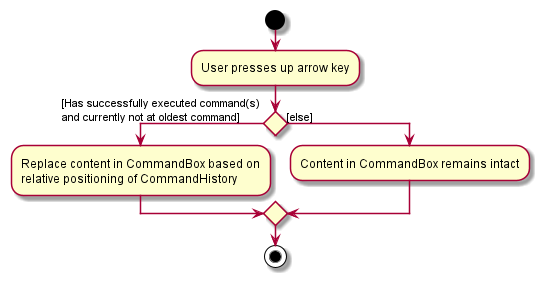
Before: docs/images/CommandHistoryActivityDiagram.png, a diagram exported from PlantUML (nus-cs2103-AY2122S1/tp). The source it was exported from:
```plantuml
@startuml
start
:User presses up arrow key;


if () then ([Has successfully executed command(s) \nand currently not at oldest command])
        :Replace content in CommandBox based on\nrelative positioning of CommandHistory;
else ([else])
    :Content in CommandBox remains intact;

endif
stop
@enduml
```
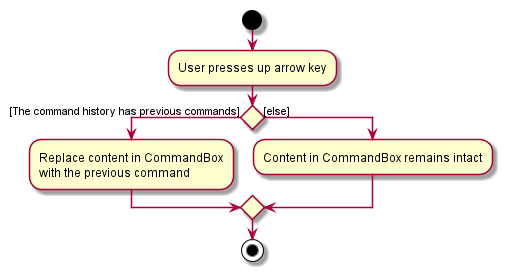
The same diagram one commit later.

Diff of the diagram source:
```diff
@@ -3,8 +3,8 @@
 :User presses up arrow key;
 
 
-if () then ([Has successfully executed command(s) \nand currently not at oldest command])
-        :Replace content in CommandBox based on\nrelative positioning of CommandHistory;
+if () then ([The command history has previous commands])
+        :Replace content in CommandBox\nwith the previous command;
 else ([else])
     :Content in CommandBox remains intact;
 
```
